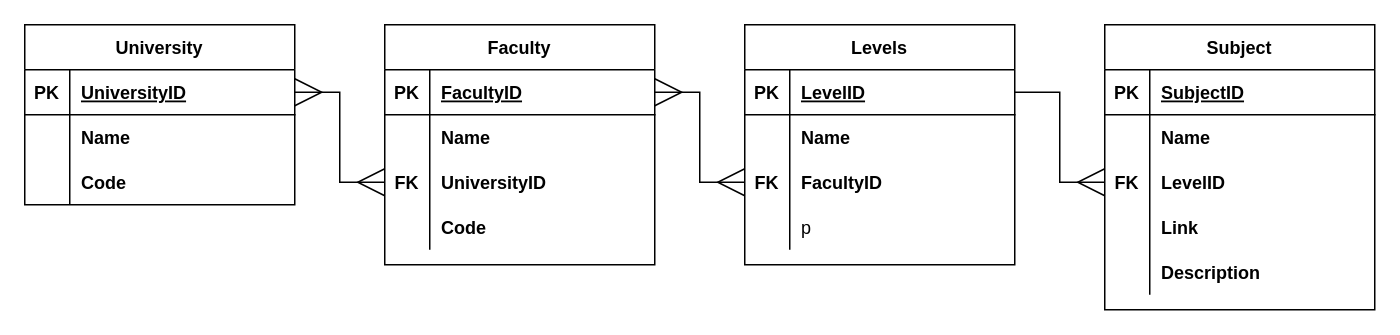
Earlier version of the draw.io diagram Untitled Diagram.drawio (Ayman-MH7/simpleRetrivalChatbot). Source tidied: cells renumbered, new cells numbered last; positions are measured from the earlier drawing's top-left corner, leaving out a move shared by most shapes. Both pictures are drawn from the tidied source at 150%, with x=0, y=0 at pixel (24, 24).
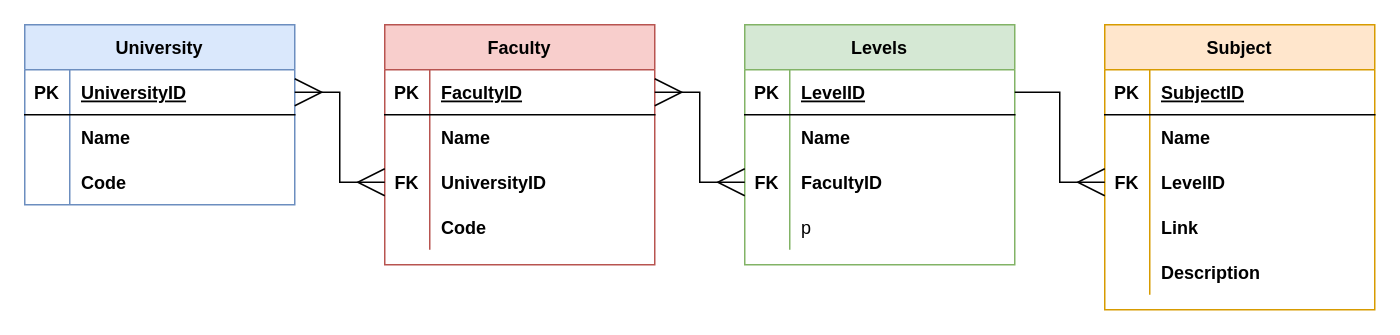
After the change.

Diff of the diagram source:
```diff
@@
-    <mxCell id="2" value="University" style="shape=table;startSize=30;childLayout=tableLayout;rowLines=0;fontStyle=1;align=center;" parent="1" vertex="1">
+    <mxCell id="2" value="University" style="shape=table;startSize=30;childLayout=tableLayout;rowLines=0;fontStyle=1;align=center;fillColor=#dae8fc;strokeColor=#6c8ebf;" parent="1" vertex="1">
       <mxGeometry width="180" height="120" as="geometry" />
     </mxCell>
@@
-    <mxCell id="12" value="Levels" style="shape=table;startSize=30;childLayout=tableLayout;rowLines=0;fontStyle=1;align=center;" parent="1" vertex="1">
+    <mxCell id="12" value="Levels" style="shape=table;startSize=30;childLayout=tableLayout;rowLines=0;fontStyle=1;align=center;fillColor=#d5e8d4;strokeColor=#82b366;" parent="1" vertex="1">
       <mxGeometry x="480" width="180" height="160" as="geometry" />
     </mxCell>
@@
-    <mxCell id="25" value="Subject" style="shape=table;startSize=30;childLayout=tableLayout;rowLines=0;fontStyle=1;align=center;" parent="1" vertex="1">
+    <mxCell id="25" value="Subject" style="shape=table;startSize=30;childLayout=tableLayout;rowLines=0;fontStyle=1;align=center;fillColor=#ffe6cc;strokeColor=#d79b00;" parent="1" vertex="1">
       <mxGeometry x="720" width="180" height="190" as="geometry" />
     </mxCell>
@@
-    <mxCell id="41" value="Faculty" style="shape=table;startSize=30;childLayout=tableLayout;rowLines=0;fontStyle=1;align=center;" parent="1" vertex="1">
+    <mxCell id="41" value="Faculty" style="shape=table;startSize=30;childLayout=tableLayout;rowLines=0;fontStyle=1;align=center;fillColor=#f8cecc;strokeColor=#b85450;" parent="1" vertex="1">
       <mxGeometry x="240" width="180" height="160" as="geometry" />
     </mxCell>
```
